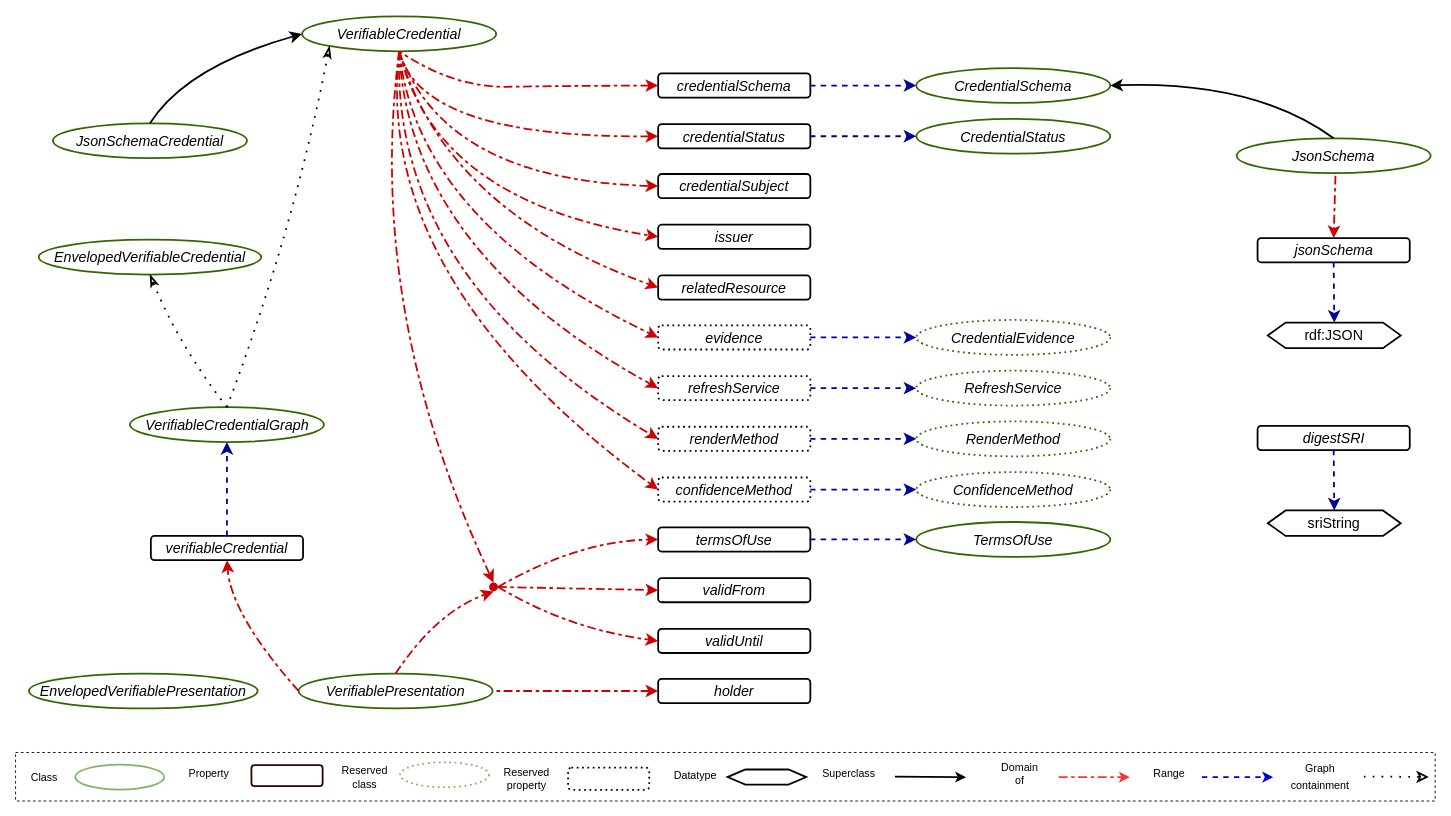
w3c/vc-data-model keeps this draw.io diagram as vocab/credentials/v2/vocabulary.drawio. Above is the earlier version. Source tidied: cells renumbered, new cells numbered last; positions are measured from the earlier drawing's top-left corner, leaving out a move shared by most shapes. Both pictures are drawn from the tidied source at 89%, with x=0, y=0 at pixel (15, 16).
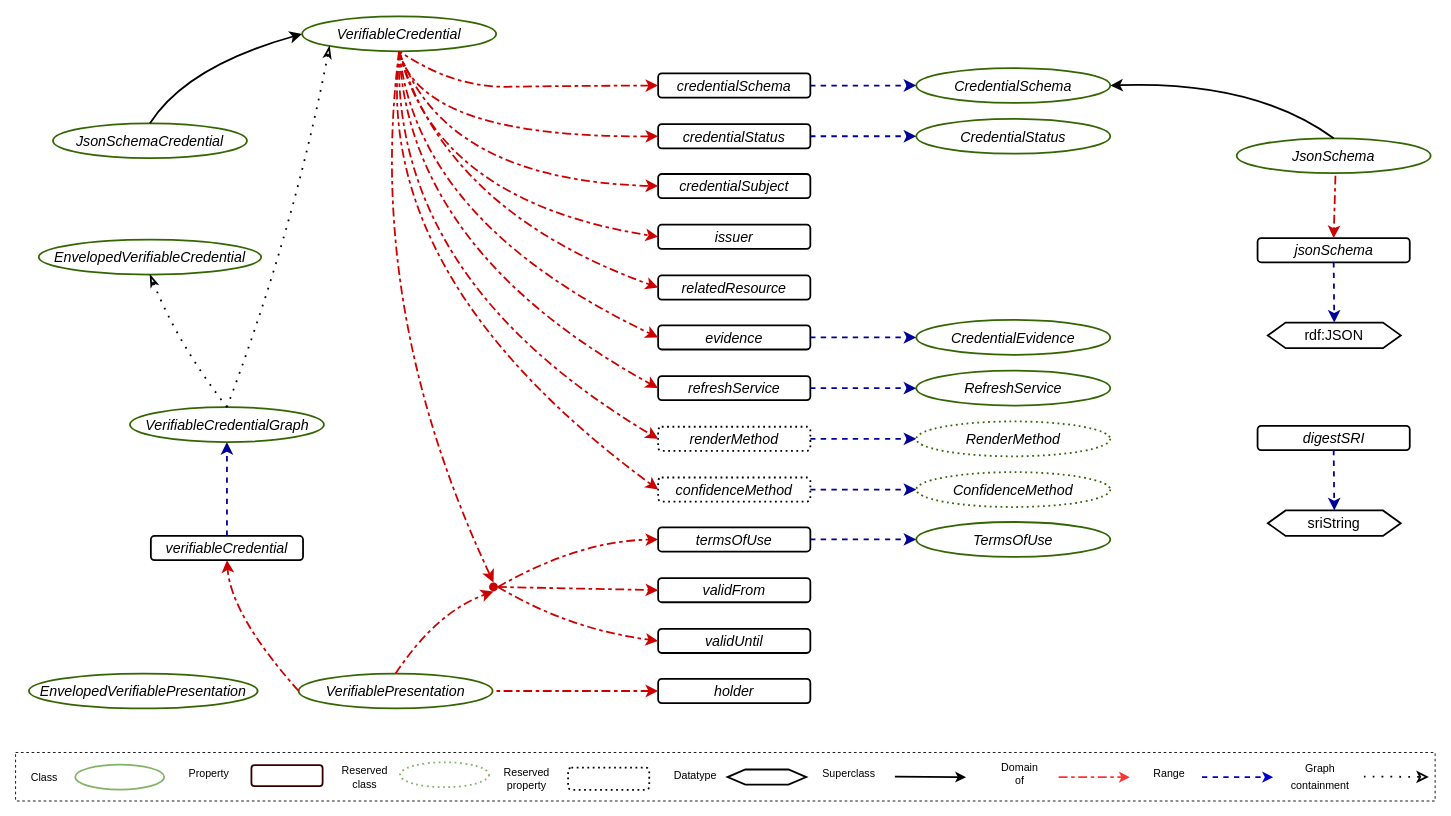
The same diagram, later.

Commit message (it also covers changes not shown here):
Set some reserved properties to regular in the vocabulary.

Diff of the diagram source:
```diff
@@
-    <mxCell id="16" value="&lt;i&gt;&lt;font color=&quot;#000000&quot;&gt;evidence&lt;/font&gt;&lt;/i&gt;" style="rounded=1;whiteSpace=wrap;html=1;fontSize=16;fillColor=none;strokeWidth=2;dashed=1;dashPattern=1 2;" parent="1" vertex="1">
+    <mxCell id="16" value="&lt;i&gt;&lt;font color=&quot;#000000&quot;&gt;evidence&lt;/font&gt;&lt;/i&gt;" style="rounded=1;whiteSpace=wrap;html=1;fontSize=16;fillColor=none;strokeWidth=2;" parent="1" vertex="1">
       <mxGeometry x="722" y="347" width="171" height="27.2" as="geometry" />
     </mxCell>
-    <mxCell id="17" value="&lt;i&gt;&lt;font color=&quot;#000000&quot;&gt;refreshService&lt;/font&gt;&lt;/i&gt;" style="rounded=1;whiteSpace=wrap;html=1;fontSize=16;fillColor=none;strokeWidth=2;dashed=1;dashPattern=1 2;" parent="1" vertex="1">
+    <mxCell id="17" value="&lt;i&gt;&lt;font color=&quot;#000000&quot;&gt;refreshService&lt;/font&gt;&lt;/i&gt;" style="rounded=1;whiteSpace=wrap;html=1;fontSize=16;fillColor=none;strokeWidth=2;" parent="1" vertex="1">
       <mxGeometry x="722" y="404" width="171" height="27.2" as="geometry" />
     </mxCell>
@@
-    <mxCell id="40" value="&lt;i&gt;&lt;font color=&quot;#000000&quot;&gt;CredentialEvidence&lt;/font&gt;&lt;/i&gt;" style="ellipse;whiteSpace=wrap;html=1;fontSize=16;fillColor=none;strokeWidth=2;strokeColor=#336600;dashed=1;dashPattern=1 2;" parent="1" vertex="1">
+    <mxCell id="40" value="&lt;i&gt;&lt;font color=&quot;#000000&quot;&gt;CredentialEvidence&lt;/font&gt;&lt;/i&gt;" style="ellipse;whiteSpace=wrap;html=1;fontSize=16;fillColor=none;strokeWidth=2;strokeColor=#336600;" parent="1" vertex="1">
       <mxGeometry x="1012" y="341" width="218" height="39.2" as="geometry" />
     </mxCell>
-    <mxCell id="41" value="&lt;i&gt;&lt;font color=&quot;#000000&quot;&gt;RefreshService&lt;/font&gt;&lt;/i&gt;" style="ellipse;whiteSpace=wrap;html=1;fontSize=16;fillColor=none;strokeWidth=2;strokeColor=#336600;dashed=1;dashPattern=1 2;" parent="1" vertex="1">
+    <mxCell id="41" value="&lt;i&gt;&lt;font color=&quot;#000000&quot;&gt;RefreshService&lt;/font&gt;&lt;/i&gt;" style="ellipse;whiteSpace=wrap;html=1;fontSize=16;fillColor=none;strokeWidth=2;strokeColor=#336600;" parent="1" vertex="1">
       <mxGeometry x="1012" y="398" width="218" height="39.2" as="geometry" />
     </mxCell>
```
